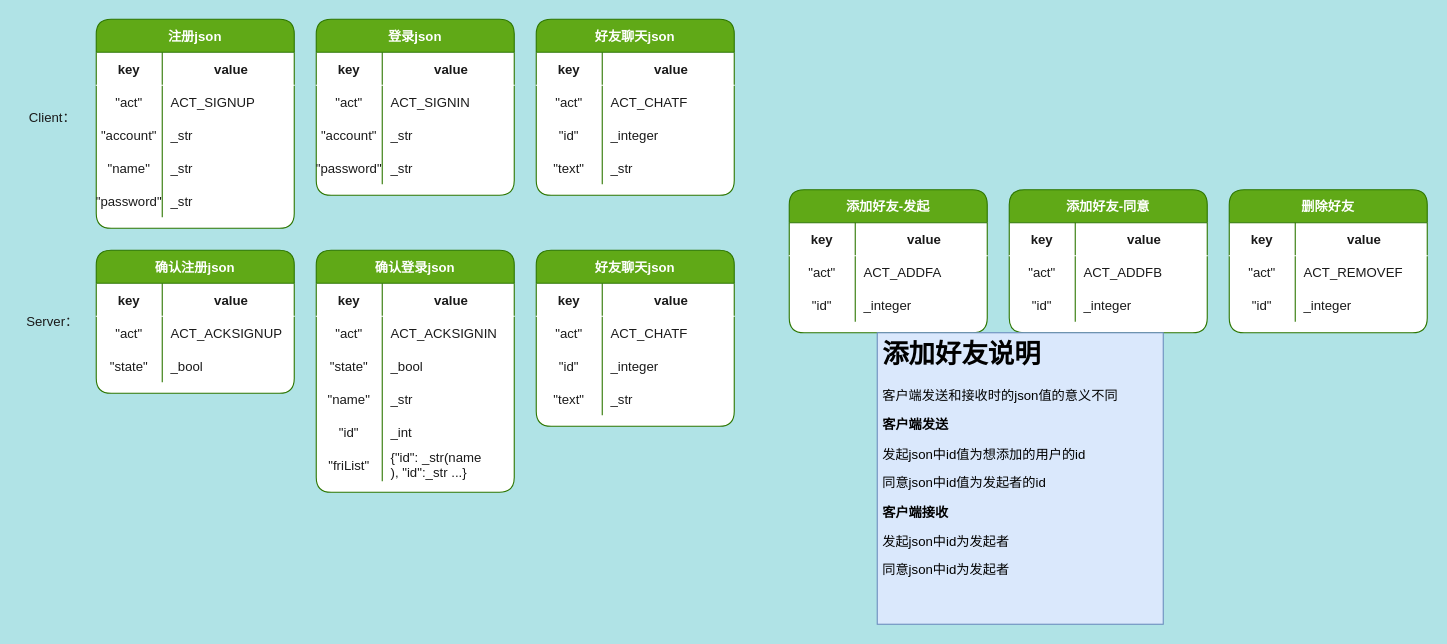
Above: json类型约定.drawio in leo-zhang-git/Gchatpro-file (draw.io), before the change. Source tidied: cells renumbered, new cells numbered last; positions are measured from the earlier drawing's top-left corner, leaving out a move shared by most shapes. Both pictures are drawn from the tidied source at 110%, with x=0, y=0 at pixel (19, 19).
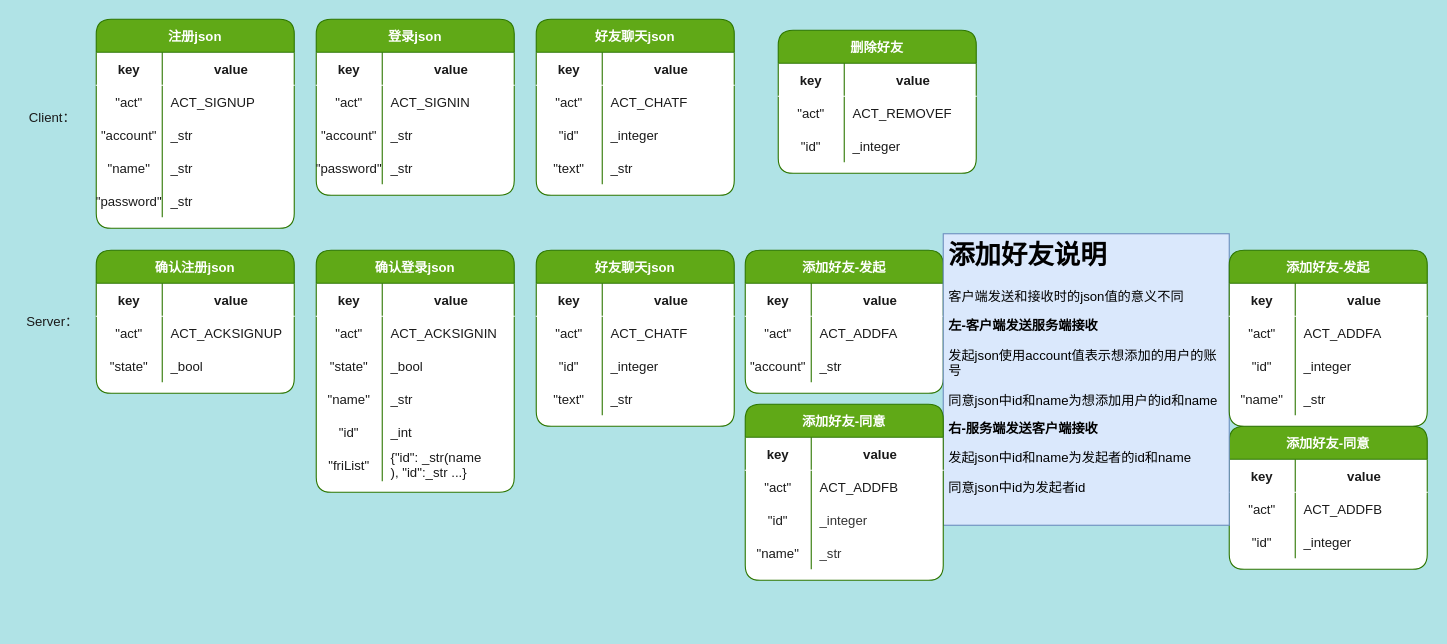
After the change.

Commit message:
好友添加/删除

Unchanged cells that the change refers to:
```xml
<mxCell id="95" style="shape=tableRow;horizontal=0;startSize=0;swimlaneHead=0;swimlaneBody=0;fillColor=none;top=0;left=0;right=0;bottom=0;rounded=1;shadow=0;fontColor=#1A1A1A;strokeColor=#FFFFFF;" parent="88" vertex="1">
  <mxGeometry y="90" width="180" height="30" as="geometry" />
</mxCell>
```

The edit, as a diff of the source:
```diff
@@
     <mxCell id="88" value="添加好友-发起" style="shape=table;startSize=30;childLayout=tableLayout;rowLines=0;fontStyle=1;align=center;rounded=1;shadow=0;fillColor=#60a917;strokeColor=#2D7600;fontColor=#ffffff;flipH=1;flipV=0;gradientColor=none;swimlaneFillColor=default;" parent="1" vertex="1">
-      <mxGeometry x="700" y="155" width="180" height="130" as="geometry" />
+      <mxGeometry x="660" y="210" width="180" height="130" as="geometry" />
     </mxCell>
@@
-    <mxCell id="96" value="&quot;id&quot;" style="shape=partialRectangle;fillColor=none;top=0;left=0;bottom=0;right=0;overflow=hidden;rounded=1;shadow=0;fontColor=#1A1A1A;strokeColor=#FFFFFF;" parent="95" vertex="1">
+    <mxCell id="96" value="&quot;account&quot;" style="shape=partialRectangle;fillColor=none;top=0;left=0;bottom=0;right=0;overflow=hidden;rounded=1;shadow=0;fontColor=#1A1A1A;strokeColor=#FFFFFF;" parent="95" vertex="1">
       <mxGeometry width="60" height="30" as="geometry" />
     </mxCell>
-    <mxCell id="97" value="_integer" style="shape=partialRectangle;fillColor=none;top=0;left=0;bottom=0;right=0;align=left;spacingLeft=6;overflow=hidden;rounded=1;shadow=0;fontColor=#1A1A1A;strokeColor=#FFFFFF;" parent="95" vertex="1">
+    <mxCell id="97" value="_str" style="shape=partialRectangle;fillColor=none;top=0;left=0;bottom=0;right=0;align=left;spacingLeft=6;overflow=hidden;rounded=1;shadow=0;fontColor=#1A1A1A;strokeColor=#FFFFFF;" parent="95" vertex="1">
       <mxGeometry x="60" width="120" height="30" as="geometry" />
     </mxCell>
     <mxCell id="98" value="添加好友-同意" style="shape=table;startSize=30;childLayout=tableLayout;rowLines=0;fontStyle=1;align=center;rounded=1;shadow=0;fillColor=#60a917;strokeColor=#2D7600;fontColor=#ffffff;flipH=1;flipV=0;gradientColor=none;swimlaneFillColor=default;" parent="1" vertex="1">
-      <mxGeometry x="900" y="155" width="180" height="130" as="geometry" />
+      <mxGeometry x="1100" y="370" width="180" height="130" as="geometry" />
     </mxCell>
@@
-    <mxCell id="108" value="&lt;h1&gt;添加好友说明&lt;/h1&gt;&lt;div&gt;客户端发送和接收时的json值的意义不同&lt;/div&gt;&lt;p&gt;&lt;b&gt;客户端发送&lt;/b&gt;&lt;/p&gt;&lt;p&gt;发起json中id值为想添加的用户的id&lt;/p&gt;&lt;p&gt;同意json中id值为发起者的id&lt;/p&gt;&lt;p&gt;&lt;b&gt;客户端接收&lt;/b&gt;&lt;/p&gt;&lt;p&gt;发起json中id为发起者&lt;/p&gt;&lt;p&gt;同意json中id为发起者&lt;/p&gt;" style="text;html=1;spacing=5;spacingTop=-20;whiteSpace=wrap;overflow=hidden;rounded=0;fillColor=#dae8fc;strokeColor=#6c8ebf;" parent="1" vertex="1">
-      <mxGeometry x="780" y="285" width="260" height="265" as="geometry" />
+    <mxCell id="108" value="&lt;h1&gt;添加好友说明&lt;/h1&gt;&lt;div&gt;客户端发送和接收时的json值的意义不同&lt;/div&gt;&lt;p&gt;&lt;b&gt;左-客户端发送服务端接收&lt;/b&gt;&lt;/p&gt;&lt;p&gt;发起json使用account值表示想添加的用户的账号&lt;/p&gt;&lt;p&gt;同意json中id和name为想添加用户的id和name&lt;/p&gt;&lt;p&gt;&lt;b&gt;右-服务端发送客户端接收&lt;/b&gt;&lt;/p&gt;&lt;p&gt;发起json中id和name为发起者的id和name&lt;/p&gt;&lt;p&gt;同意json中id为发起者id&lt;/p&gt;" style="text;html=1;spacing=5;spacingTop=-20;whiteSpace=wrap;overflow=hidden;rounded=0;fillColor=#dae8fc;strokeColor=#6c8ebf;" parent="1" vertex="1">
+      <mxGeometry x="840" y="195" width="260" height="265" as="geometry" />
     </mxCell>
     <mxCell id="109" value="删除好友" style="shape=table;startSize=30;childLayout=tableLayout;rowLines=0;fontStyle=1;align=center;rounded=1;shadow=0;fillColor=#60a917;strokeColor=#2D7600;fontColor=#ffffff;flipH=1;flipV=0;gradientColor=none;swimlaneFillColor=default;" parent="1" vertex="1">
-      <mxGeometry x="1100" y="155" width="180" height="130" as="geometry" />
+      <mxGeometry x="690" y="10" width="180" height="130" as="geometry" />
     </mxCell>
@@
+    <mxCell id="119" value="添加好友-发起" style="shape=table;startSize=30;childLayout=tableLayout;rowLines=0;fontStyle=1;align=center;rounded=1;shadow=0;fillColor=#60a917;strokeColor=#2D7600;fontColor=#ffffff;flipH=1;flipV=0;gradientColor=none;swimlaneFillColor=default;" parent="1" vertex="1">
+      <mxGeometry x="1100" y="210" width="180" height="160" as="geometry" />
+    </mxCell>
+    <mxCell id="120" style="shape=tableRow;horizontal=0;startSize=0;swimlaneHead=0;swimlaneBody=0;fillColor=none;top=0;left=0;right=0;bottom=1;rounded=1;shadow=0;fontColor=#1A1A1A;strokeColor=#FFFFFF;" parent="119" vertex="1">
+      <mxGeometry y="30" width="180" height="30" as="geometry" />
+    </mxCell>
+    <mxCell id="121" value="key" style="shape=partialRectangle;fillColor=none;top=0;left=0;bottom=0;right=0;fontStyle=1;overflow=hidden;rounded=1;shadow=0;fontColor=#1A1A1A;strokeColor=#FFFFFF;" parent="120" vertex="1">
+      <mxGeometry width="60" height="30" as="geometry" />
+    </mxCell>
+    <mxCell id="122" value="value" style="shape=partialRectangle;fillColor=none;top=0;left=0;bottom=0;right=0;align=center;spacingLeft=6;fontStyle=1;overflow=hidden;rounded=1;shadow=0;fontColor=#1A1A1A;strokeColor=#66FF66;verticalAlign=middle;" parent="120" vertex="1">
+      <mxGeometry x="60" width="120" height="30" as="geometry" />
+    </mxCell>
+    <mxCell id="123" style="shape=tableRow;horizontal=0;startSize=0;swimlaneHead=0;swimlaneBody=0;fillColor=none;top=0;left=0;right=0;bottom=0;rounded=1;shadow=0;fontColor=#1A1A1A;strokeColor=#FFFFFF;" parent="119" vertex="1">
+      <mxGeometry y="60" width="180" height="30" as="geometry" />
+    </mxCell>
+    <mxCell id="124" value="&quot;act&quot;" style="shape=partialRectangle;fillColor=none;top=0;left=0;bottom=0;right=0;overflow=hidden;rounded=1;shadow=0;fontColor=#1A1A1A;strokeColor=#FFFFFF;" parent="123" vertex="1">
+      <mxGeometry width="60" height="30" as="geometry" />
+    </mxCell>
+    <mxCell id="125" value="ACT_ADDFA" style="shape=partialRectangle;fillColor=none;top=0;left=0;bottom=0;right=0;align=left;spacingLeft=6;overflow=hidden;rounded=1;shadow=0;fontColor=#1A1A1A;strokeColor=#FFFFFF;" parent="123" vertex="1">
+      <mxGeometry x="60" width="120" height="30" as="geometry" />
+    </mxCell>
+    <mxCell id="126" style="shape=tableRow;horizontal=0;startSize=0;swimlaneHead=0;swimlaneBody=0;fillColor=none;top=0;left=0;right=0;bottom=0;rounded=1;shadow=0;fontColor=#1A1A1A;strokeColor=#FFFFFF;" parent="119" vertex="1">
+      <mxGeometry y="90" width="180" height="30" as="geometry" />
+    </mxCell>
+    <mxCell id="127" value="&quot;id&quot;" style="shape=partialRectangle;fillColor=none;top=0;left=0;bottom=0;right=0;overflow=hidden;rounded=1;shadow=0;fontColor=#1A1A1A;strokeColor=#FFFFFF;" parent="126" vertex="1">
+      <mxGeometry width="60" height="30" as="geometry" />
+    </mxCell>
+    <mxCell id="128" value="_integer" style="shape=partialRectangle;fillColor=none;top=0;left=0;bottom=0;right=0;align=left;spacingLeft=6;overflow=hidden;rounded=1;shadow=0;fontColor=#1A1A1A;strokeColor=#FFFFFF;" parent="126" vertex="1">
+      <mxGeometry x="60" width="120" height="30" as="geometry" />
+    </mxCell>
+    <mxCell id="129" style="shape=tableRow;horizontal=0;startSize=0;swimlaneHead=0;swimlaneBody=0;fillColor=none;top=0;left=0;right=0;bottom=0;rounded=1;shadow=0;fontColor=#1A1A1A;strokeColor=#FFFFFF;" parent="119" vertex="1">
+      <mxGeometry y="120" width="180" height="30" as="geometry" />
+    </mxCell>
+    <mxCell id="130" value="&quot;name&quot;" style="shape=partialRectangle;fillColor=none;top=0;left=0;bottom=0;right=0;overflow=hidden;rounded=1;shadow=0;fontColor=#1A1A1A;strokeColor=#FFFFFF;" parent="129" vertex="1">
+      <mxGeometry width="60" height="30" as="geometry" />
+    </mxCell>
+    <mxCell id="131" value="_str" style="shape=partialRectangle;fillColor=none;top=0;left=0;bottom=0;right=0;align=left;spacingLeft=6;overflow=hidden;rounded=1;shadow=0;fontColor=#1A1A1A;strokeColor=#FFFFFF;" parent="129" vertex="1">
+      <mxGeometry x="60" width="120" height="30" as="geometry" />
+    </mxCell>
+    <mxCell id="132" value="添加好友-同意" style="shape=table;startSize=30;childLayout=tableLayout;rowLines=0;fontStyle=1;align=center;rounded=1;shadow=0;fillColor=#60a917;strokeColor=#2D7600;fontColor=#ffffff;flipH=1;flipV=0;gradientColor=none;swimlaneFillColor=default;" parent="1" vertex="1">
+      <mxGeometry x="660" y="350" width="180" height="160" as="geometry" />
+    </mxCell>
+    <mxCell id="133" style="shape=tableRow;horizontal=0;startSize=0;swimlaneHead=0;swimlaneBody=0;fillColor=none;top=0;left=0;right=0;bottom=1;rounded=1;shadow=0;fontColor=#1A1A1A;strokeColor=#FFFFFF;" parent="132" vertex="1">
+      <mxGeometry y="30" width="180" height="30" as="geometry" />
+    </mxCell>
+    <mxCell id="134" value="key" style="shape=partialRectangle;fillColor=none;top=0;left=0;bottom=0;right=0;fontStyle=1;overflow=hidden;rounded=1;shadow=0;fontColor=#1A1A1A;strokeColor=#FFFFFF;" parent="133" vertex="1">
+      <mxGeometry width="60" height="30" as="geometry" />
+    </mxCell>
+    <mxCell id="135" value="value" style="shape=partialRectangle;fillColor=none;top=0;left=0;bottom=0;right=0;align=center;spacingLeft=6;fontStyle=1;overflow=hidden;rounded=1;shadow=0;fontColor=#1A1A1A;strokeColor=#66FF66;verticalAlign=middle;" parent="133" vertex="1">
+      <mxGeometry x="60" width="120" height="30" as="geometry" />
+    </mxCell>
+    <mxCell id="136" style="shape=tableRow;horizontal=0;startSize=0;swimlaneHead=0;swimlaneBody=0;fillColor=none;top=0;left=0;right=0;bottom=0;rounded=1;shadow=0;fontColor=#1A1A1A;strokeColor=#FFFFFF;" parent="132" vertex="1">
+      <mxGeometry y="60" width="180" height="30" as="geometry" />
+    </mxCell>
+    <mxCell id="137" value="&quot;act&quot;" style="shape=partialRectangle;fillColor=none;top=0;left=0;bottom=0;right=0;overflow=hidden;rounded=1;shadow=0;fontColor=#1A1A1A;strokeColor=#FFFFFF;" parent="136" vertex="1">
+      <mxGeometry width="60" height="30" as="geometry" />
+    </mxCell>
+    <mxCell id="138" value="ACT_ADDFB" style="shape=partialRectangle;fillColor=none;top=0;left=0;bottom=0;right=0;align=left;spacingLeft=6;overflow=hidden;rounded=1;shadow=0;fontColor=#1A1A1A;strokeColor=#FFFFFF;" parent="136" vertex="1">
+      <mxGeometry x="60" width="120" height="30" as="geometry" />
+    </mxCell>
+    <mxCell id="139" style="shape=tableRow;horizontal=0;startSize=0;swimlaneHead=0;swimlaneBody=0;fillColor=none;top=0;left=0;right=0;bottom=0;rounded=1;shadow=0;fontColor=#1A1A1A;strokeColor=#FFFFFF;" parent="132" vertex="1">
+      <mxGeometry y="90" width="180" height="30" as="geometry" />
+    </mxCell>
+    <mxCell id="140" value="&quot;id&quot;" style="shape=partialRectangle;fillColor=none;top=0;left=0;bottom=0;right=0;overflow=hidden;rounded=1;shadow=0;fontColor=#1A1A1A;strokeColor=#FFFFFF;" parent="139" vertex="1">
+      <mxGeometry width="60" height="30" as="geometry" />
+    </mxCell>
+    <mxCell id="141" value="_integer" style="shape=partialRectangle;fillColor=none;top=0;left=0;bottom=0;right=0;align=left;spacingLeft=6;overflow=hidden;rounded=1;shadow=0;fontColor=#333333;strokeColor=#666666;" parent="139" vertex="1">
+      <mxGeometry x="60" width="120" height="30" as="geometry" />
+    </mxCell>
+    <mxCell id="142" style="shape=tableRow;horizontal=0;startSize=0;swimlaneHead=0;swimlaneBody=0;fillColor=none;top=0;left=0;right=0;bottom=0;rounded=1;shadow=0;fontColor=#1A1A1A;strokeColor=#FFFFFF;" parent="132" vertex="1">
+      <mxGeometry y="120" width="180" height="30" as="geometry" />
+    </mxCell>
+    <mxCell id="143" value="&quot;name&quot;" style="shape=partialRectangle;fillColor=none;top=0;left=0;bottom=0;right=0;overflow=hidden;rounded=1;shadow=0;fontColor=#1A1A1A;strokeColor=#FFFFFF;" parent="142" vertex="1">
+      <mxGeometry width="60" height="30" as="geometry" />
+    </mxCell>
+    <mxCell id="144" value="_str" style="shape=partialRectangle;fillColor=none;top=0;left=0;bottom=0;right=0;align=left;spacingLeft=6;overflow=hidden;rounded=1;shadow=0;fontColor=#333333;strokeColor=#666666;" parent="142" vertex="1">
+      <mxGeometry x="60" width="120" height="30" as="geometry" />
+    </mxCell>
```
